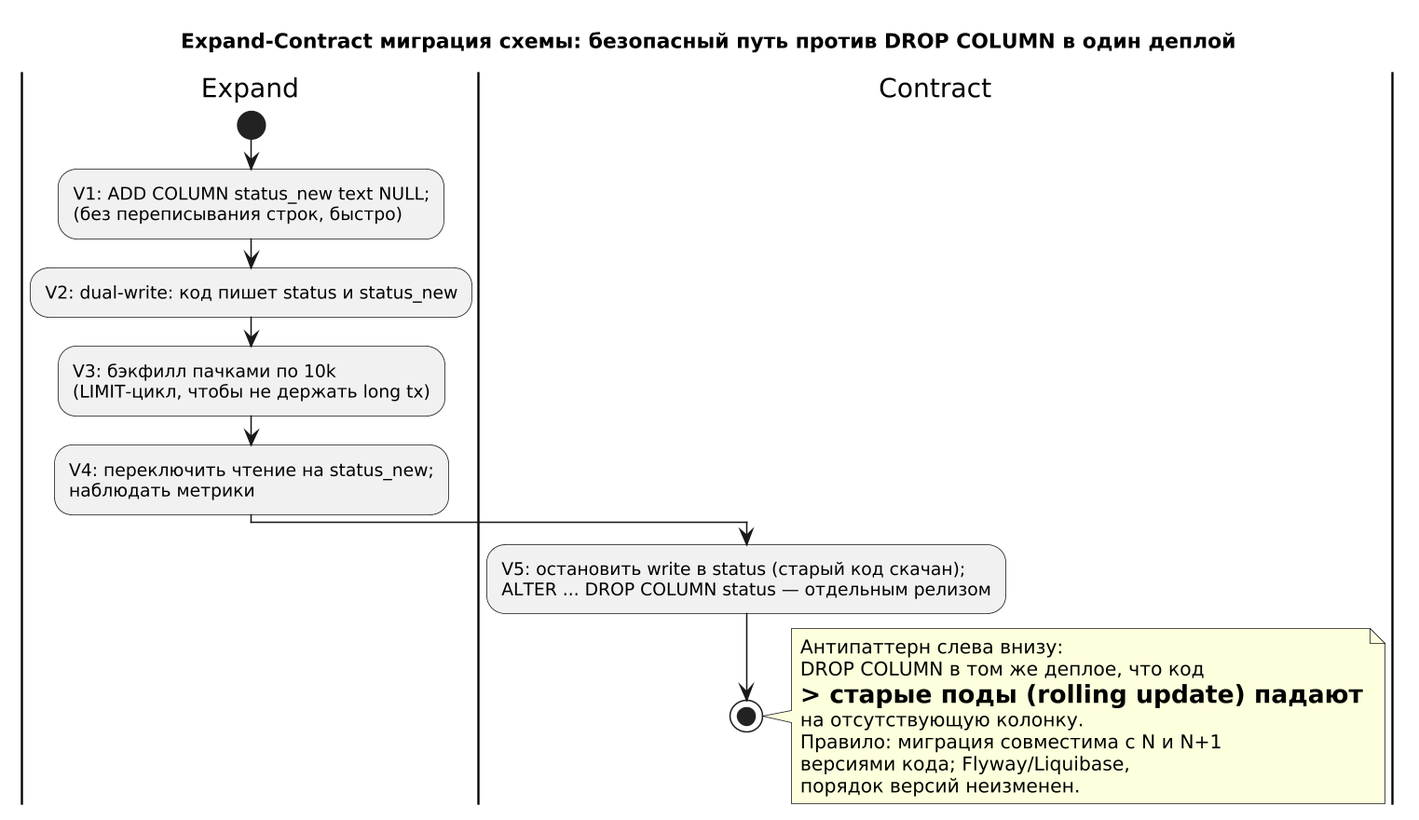
maedodo11/fullstack-system-analyst keeps this PlantUML diagram as images_m4/m4_08_migration_safety.png. Above is the earlier version. Its source is kept beside it as puml_m4/m4_08_migration_safety.puml. Its diagram source:
```plantuml
@startuml m4_08_migration_safety
!pragma layout smetana
skinparam dpi 150
skinparam defaultFontName DejaVu Sans
title Expand-Contract миграция схемы: безопасный путь против DROP COLUMN в один деплой

|Expand|
start
:V1: ADD COLUMN status_new text NULL;\n(без переписывания строк, быстро);
:V2: dual-write: код пишет status и status_new;
:V3: бэкфилл пачками по 10k\n(LIMIT-цикл, чтобы не держать long tx);
:V4: переключить чтение на status_new;\nнаблюдать метрики;
|Contract|
:V5: остановить write в status (старый код скачан);\nALTER ... DROP COLUMN status — отдельным релизом;
stop
note right
Антипаттерн слева внизу:
DROP COLUMN в том же деплое, что код
=> старые поды (rolling update) падают
на отсутствующую колонку.
Правило: миграция совместима с N и N+1
версиями кода; Flyway/Liquibase,
порядок версий неизменен.
end note
@enduml
```
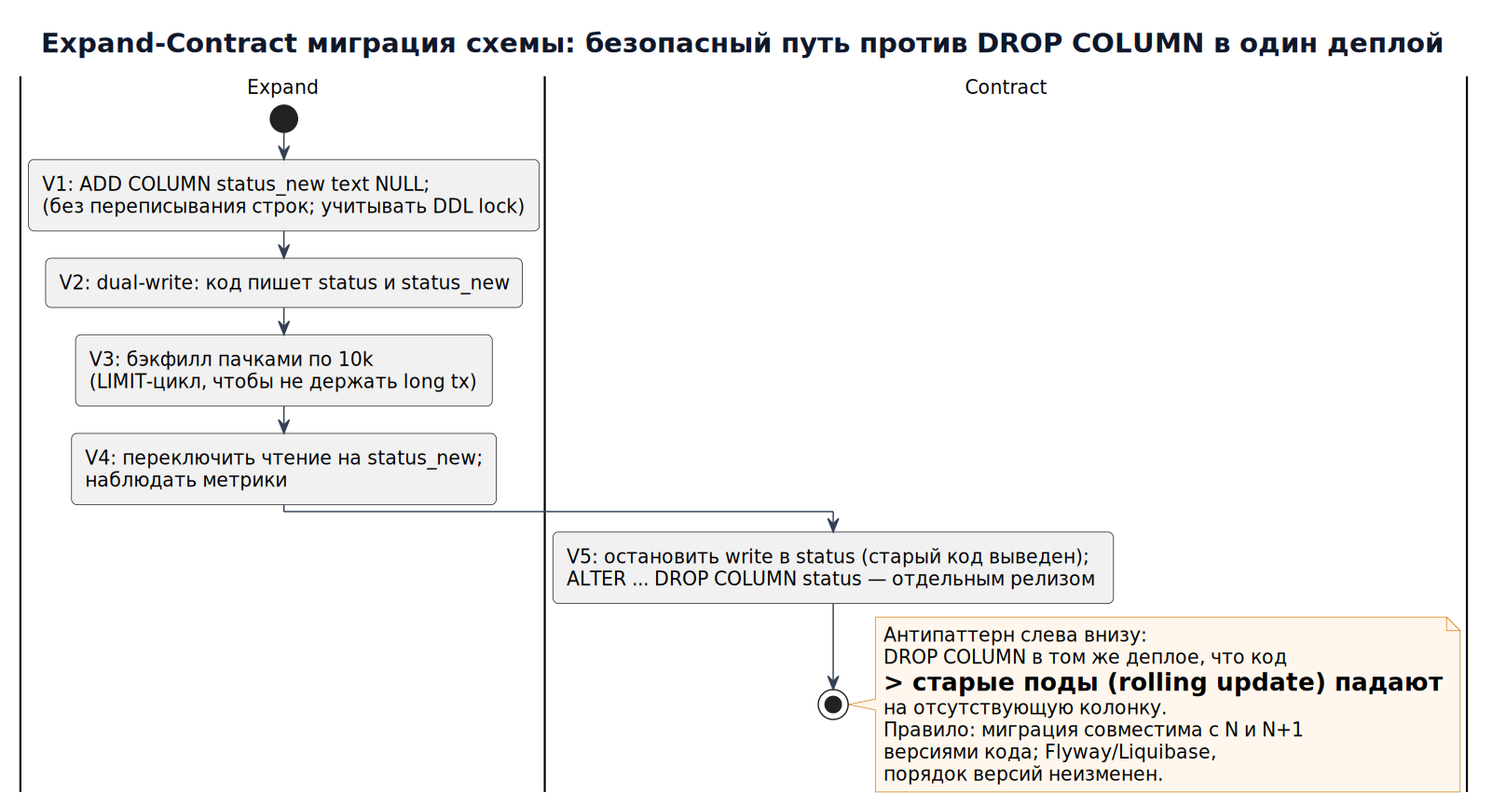
Later version of the same file.

Change to the diagram source:
```diff
@@ -1,17 +1,25 @@
 @startuml m4_08_migration_safety
-!pragma layout smetana
-skinparam dpi 150
-skinparam defaultFontName DejaVu Sans
+skinparam defaultFontName "DejaVu Sans"
+skinparam defaultFontSize 14
+skinparam backgroundColor #FFFFFF
+skinparam shadowing false
+skinparam roundcorner 8
+skinparam ArrowColor #334155
+skinparam titleFontColor #0F172A
+skinparam titleFontSize 20
+skinparam noteBackgroundColor #FFF7ED
+skinparam noteBorderColor #D97706
+skinparam dpi 140
 title Expand-Contract миграция схемы: безопасный путь против DROP COLUMN в один деплой
 
 |Expand|
 start
-:V1: ADD COLUMN status_new text NULL;\n(без переписывания строк, быстро);
+:V1: ADD COLUMN status_new text NULL;\n(без переписывания строк; учитывать DDL lock);
 :V2: dual-write: код пишет status и status_new;
 :V3: бэкфилл пачками по 10k\n(LIMIT-цикл, чтобы не держать long tx);
 :V4: переключить чтение на status_new;\nнаблюдать метрики;
 |Contract|
-:V5: остановить write в status (старый код скачан);\nALTER ... DROP COLUMN status — отдельным релизом;
+:V5: остановить write в status (старый код выведен);\nALTER ... DROP COLUMN status — отдельным релизом;
 stop
 note right
 Антипаттерн слева внизу:
```
